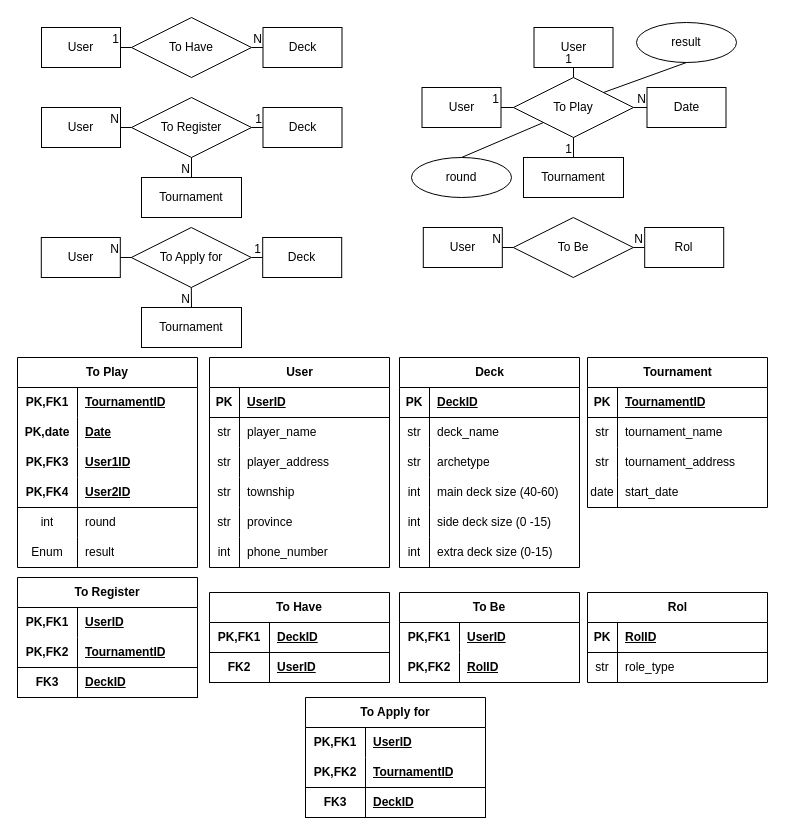
Before: database_design/design_with_roles.drawio in chavely15k/yu_gi_oh, a draw.io diagram. Source tidied: cells renumbered, new cells numbered last; positions are measured from the earlier drawing's top-left corner, leaving out a move shared by most shapes. Both pictures are drawn from the tidied source at 100%, with x=0, y=0 at pixel (17, 17).
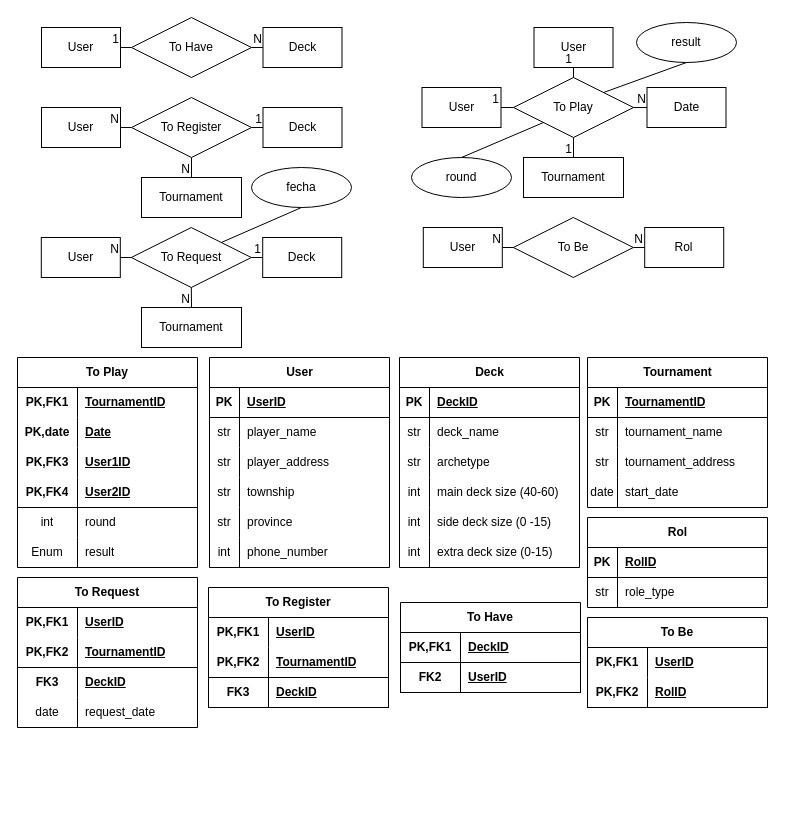
After the change.

Commit message:
design_with_roles

Diff of the diagram source:
```diff
@@
     <mxCell id="105" value="To Have" style="shape=table;startSize=30;childLayout=tableLayout;rowLines=0;fontStyle=1;align=center;html=1;whiteSpace=wrap;" parent="1" vertex="1">
-      <mxGeometry x="192" y="575" width="180" height="90" as="geometry" />
+      <mxGeometry x="383" y="585" width="180" height="90" as="geometry" />
     </mxCell>
@@
     <mxCell id="112" value="To Register" style="shape=table;startSize=30;childLayout=tableLayout;rowLines=0;fontStyle=1;align=center;html=1;whiteSpace=wrap;" parent="1" vertex="1">
-      <mxGeometry y="560" width="180" height="120" as="geometry" />
+      <mxGeometry x="191" y="570" width="180" height="120" as="geometry" />
     </mxCell>
@@
     <mxCell id="128" value="Rol" style="shape=table;startSize=30;childLayout=tableLayout;rowLines=0;fontStyle=1;align=center;html=1;" parent="1" vertex="1">
-      <mxGeometry x="570" y="575" width="180" height="90" as="geometry" />
+      <mxGeometry x="570" y="500" width="180" height="90" as="geometry" />
     </mxCell>
@@
     <mxCell id="135" value="To Be" style="shape=table;startSize=30;childLayout=tableLayout;rowLines=0;fontStyle=1;align=center;html=1;whiteSpace=wrap;" parent="1" vertex="1">
-      <mxGeometry x="382" y="575" width="180" height="90" as="geometry" />
+      <mxGeometry x="570" y="600" width="180" height="90" as="geometry" />
     </mxCell>
@@
-    <mxCell id="152" value="To Apply for" style="shape=rhombus;perimeter=rhombusPerimeter;whiteSpace=wrap;html=1;align=center;rounded=0;" parent="1" vertex="1">
+    <mxCell id="152" value="To Request" style="shape=rhombus;perimeter=rhombusPerimeter;whiteSpace=wrap;html=1;align=center;rounded=0;" parent="1" vertex="1">
       <mxGeometry x="113.8" y="210" width="120" height="60" as="geometry" />
     </mxCell>
@@
-    <mxCell id="161" value="To Apply for" style="shape=table;startSize=30;childLayout=tableLayout;rowLines=0;fontStyle=1;align=center;html=1;whiteSpace=wrap;" parent="1" vertex="1">
-      <mxGeometry x="288" y="680" width="180" height="120" as="geometry" />
-    </mxCell>
+    <mxCell id="171" value="fecha" style="ellipse;whiteSpace=wrap;html=1;align=center;" parent="1" vertex="1">
+      <mxGeometry x="234" y="150" width="100" height="40" as="geometry" />
+    </mxCell>
+    <mxCell id="172" style="endArrow=none;html=1;rounded=0;exitX=0.5;exitY=1;exitDx=0;exitDy=0;entryX=1;entryY=0;entryDx=0;entryDy=0;" parent="1" edge="1" source="171" target="152">
+      <mxGeometry relative="1" as="geometry" />
+    </mxCell>
+    <mxCell id="173" value="To Request" style="shape=table;startSize=30;childLayout=tableLayout;rowLines=0;fontStyle=1;align=center;html=1;whiteSpace=wrap;" parent="1" vertex="1">
+      <mxGeometry y="560" width="180" height="150" as="geometry" />
+    </mxCell>
-    <mxCell id="162" style="shape=tableRow;horizontal=0;startSize=0;swimlaneHead=0;swimlaneBody=0;fillColor=none;top=0;left=0;right=0;bottom=0;html=1;" parent="161" vertex="1">
+    <mxCell id="162" style="shape=tableRow;horizontal=0;startSize=0;swimlaneHead=0;swimlaneBody=0;fillColor=none;top=0;left=0;right=0;bottom=0;html=1;" parent="173" vertex="1">
       <mxGeometry y="30" width="180" height="30" as="geometry" />
     </mxCell>
@@
-    <mxCell id="165" style="shape=tableRow;horizontal=0;startSize=0;swimlaneHead=0;swimlaneBody=0;fillColor=none;top=0;left=0;right=0;bottom=1;html=1;" parent="161" vertex="1">
+    <mxCell id="165" style="shape=tableRow;horizontal=0;startSize=0;swimlaneHead=0;swimlaneBody=0;fillColor=none;top=0;left=0;right=0;bottom=1;html=1;" parent="173" vertex="1">
       <mxGeometry y="60" width="180" height="30" as="geometry" />
     </mxCell>
@@
-    <mxCell id="168" style="shape=tableRow;horizontal=0;startSize=0;swimlaneHead=0;swimlaneBody=0;fillColor=none;top=0;left=0;right=0;bottom=1;html=1;" parent="161" vertex="1">
-      <mxGeometry y="90" width="180" height="30" as="geometry" />
-    </mxCell>
+    <mxCell id="174" style="shape=tableRow;horizontal=0;startSize=0;swimlaneHead=0;swimlaneBody=0;fillColor=none;top=0;left=0;right=0;bottom=0;html=1;" parent="173" vertex="1">
+      <mxGeometry y="90" width="180" height="30" as="geometry" />
+    </mxCell>
-    <mxCell id="169" value="FK3" style="shape=partialRectangle;fillColor=none;top=0;left=0;bottom=0;right=0;fontStyle=1;overflow=hidden;html=1;whiteSpace=wrap;" parent="168" vertex="1">
+    <mxCell id="169" value="&lt;b&gt;FK3&lt;/b&gt;" style="shape=partialRectangle;fillColor=none;top=0;left=0;bottom=0;right=0;overflow=hidden;html=1;whiteSpace=wrap;" parent="174" vertex="1">
       <mxGeometry width="60" height="30" as="geometry" />
     </mxCell>
-    <mxCell id="170" value="DeckID" style="shape=partialRectangle;fillColor=none;top=0;left=0;bottom=0;right=0;align=left;spacingLeft=6;fontStyle=5;overflow=hidden;html=1;whiteSpace=wrap;" parent="168" vertex="1">
+    <mxCell id="170" value="&lt;b&gt;&lt;u&gt;DeckID&lt;/u&gt;&lt;/b&gt;" style="shape=partialRectangle;fillColor=none;top=0;left=0;bottom=0;right=0;align=left;spacingLeft=6;overflow=hidden;html=1;whiteSpace=wrap;" parent="174" vertex="1">
       <mxGeometry x="60" width="120" height="30" as="geometry" />
     </mxCell>
+    <mxCell id="175" style="shape=tableRow;horizontal=0;startSize=0;swimlaneHead=0;swimlaneBody=0;fillColor=none;top=0;left=0;right=0;bottom=0;html=1;" parent="173" vertex="1">
+      <mxGeometry y="120" width="180" height="30" as="geometry" />
+    </mxCell>
+    <mxCell id="176" value="date" style="shape=partialRectangle;fillColor=none;top=0;left=0;bottom=0;right=0;overflow=hidden;html=1;whiteSpace=wrap;" parent="175" vertex="1">
+      <mxGeometry width="60" height="30" as="geometry" />
+    </mxCell>
+    <mxCell id="177" value="request_date" style="shape=partialRectangle;fillColor=none;top=0;left=0;bottom=0;right=0;align=left;spacingLeft=6;overflow=hidden;html=1;whiteSpace=wrap;" parent="175" vertex="1">
+      <mxGeometry x="60" width="120" height="30" as="geometry" />
+    </mxCell>
```
